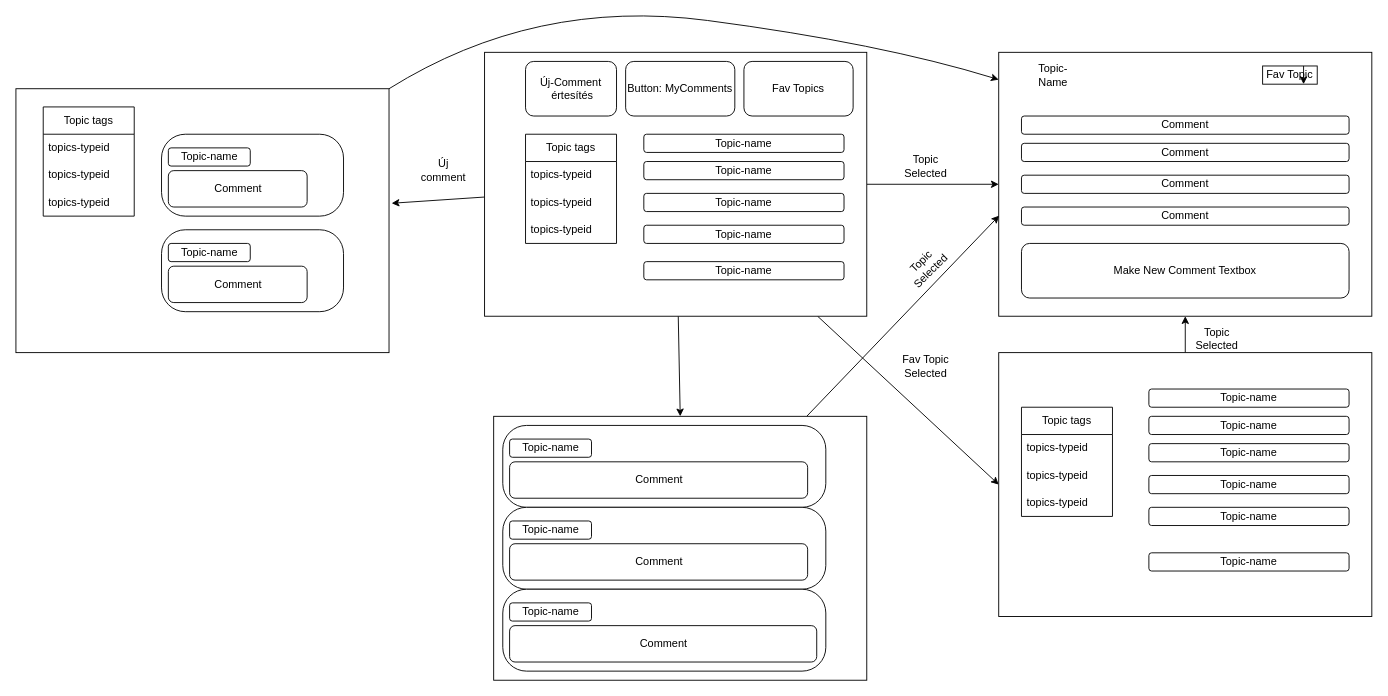
Above: terv.drawio in trokolisz/Rendszerfejleszt-s (draw.io), before the change. Source tidied: cells renumbered, new cells numbered last; positions are measured from the earlier drawing's top-left corner, leaving out a move shared by most shapes. Both pictures are drawn from the tidied source at 91%, with x=0, y=0 at pixel (15, -3).
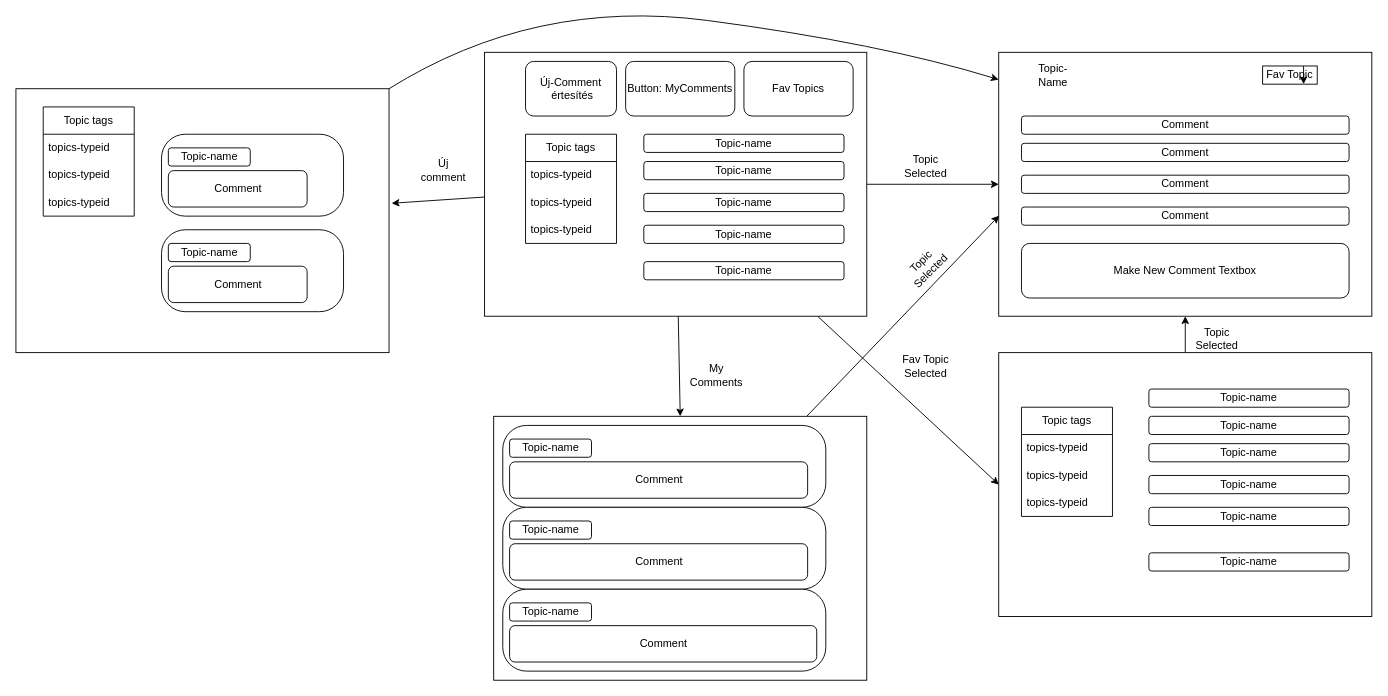
The same page after the edit.

Diff of the diagram source:
```diff
@@
+    <mxCell id="68" value="My Comments&lt;br&gt;" style="text;html=1;strokeColor=none;fillColor=none;align=center;verticalAlign=middle;whiteSpace=wrap;rounded=0;" parent="1" vertex="1">
+      <mxGeometry x="740" y="400" width="60" height="30" as="geometry" />
+    </mxCell>
```
